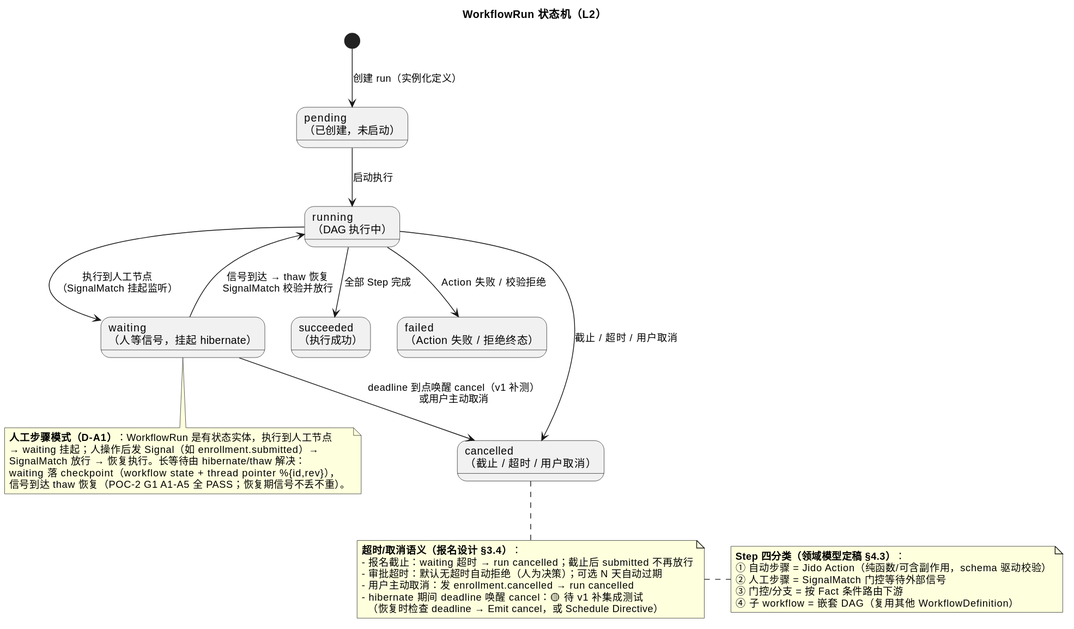
Above: docs/diagrams/workflow-run-state.svg in CodingGirlsClub/cgc_2046 (PlantUML), before the change. Source of this version:
```plantuml
@startuml
title WorkflowRun 状态机（L2）
skinparam backgroundColor white

state "pending\n（已创建，未启动）" as PENDING
state "running\n（DAG 执行中）" as RUNNING
state "waiting\n（人等信号，挂起 hibernate）" as WAITING
state "succeeded\n（执行成功）" as SUCCEEDED
state "failed\n（Action 失败 / 拒绝终态）" as FAILED
state "cancelled\n（截止 / 超时 / 用户取消）" as CANCELLED

[*] --> PENDING : 创建 run（实例化定义）
PENDING --> RUNNING : 启动执行
RUNNING --> WAITING : 执行到人工节点\n（SignalMatch 挂起监听）
WAITING --> RUNNING : 信号到达 → thaw 恢复\nSignalMatch 校验并放行
RUNNING --> SUCCEEDED : 全部 Step 完成
RUNNING --> FAILED : Action 失败 / 校验拒绝
RUNNING --> CANCELLED : 截止 / 超时 / 用户取消
WAITING --> CANCELLED : deadline 到点唤醒 cancel（v1 补测）\n或用户主动取消

note bottom of WAITING
  **人工步骤模式（D-A1）**：WorkflowRun 是有状态实体，执行到人工节点
  → waiting 挂起；人操作后发 Signal（如 enrollment.submitted）→
  SignalMatch 放行 → 恢复执行。长等待由 hibernate/thaw 解决：
  waiting 落 checkpoint（workflow state + thread pointer %{id,rev}），
  信号到达 thaw 恢复（POC-2 G1 A1-A5 全 PASS；恢复期信号不丢不重）。
end note

note bottom of CANCELLED
  **超时/取消语义（报名设计 §3.4）**：
  - 报名截止：waiting 超时 → run cancelled；截止后 submitted 不再放行
  - 审批超时：默认无超时自动拒绝（人为决策）；可选 N 天自动过期
  - 用户主动取消：发 enrollment.cancelled → run cancelled
  - hibernate 期间 deadline 唤醒 cancel：🟡 待 v1 补集成测试
    （恢复时检查 deadline → Emit cancel，或 Schedule Directive）
end note

note right
  **Step 四分类（领域模型定稿 §4.3）**：
  ① 自动步骤  = Jido Action（纯函数/可含副作用，schema 驱动校验）
  ② 人工步骤  = SignalMatch 门控等待外部信号
  ③ 门控/分支 = 按 Fact 条件路由下游
  ④ 子 workflow = 嵌套 DAG（复用其他 WorkflowDefinition）
end note
@enduml
```
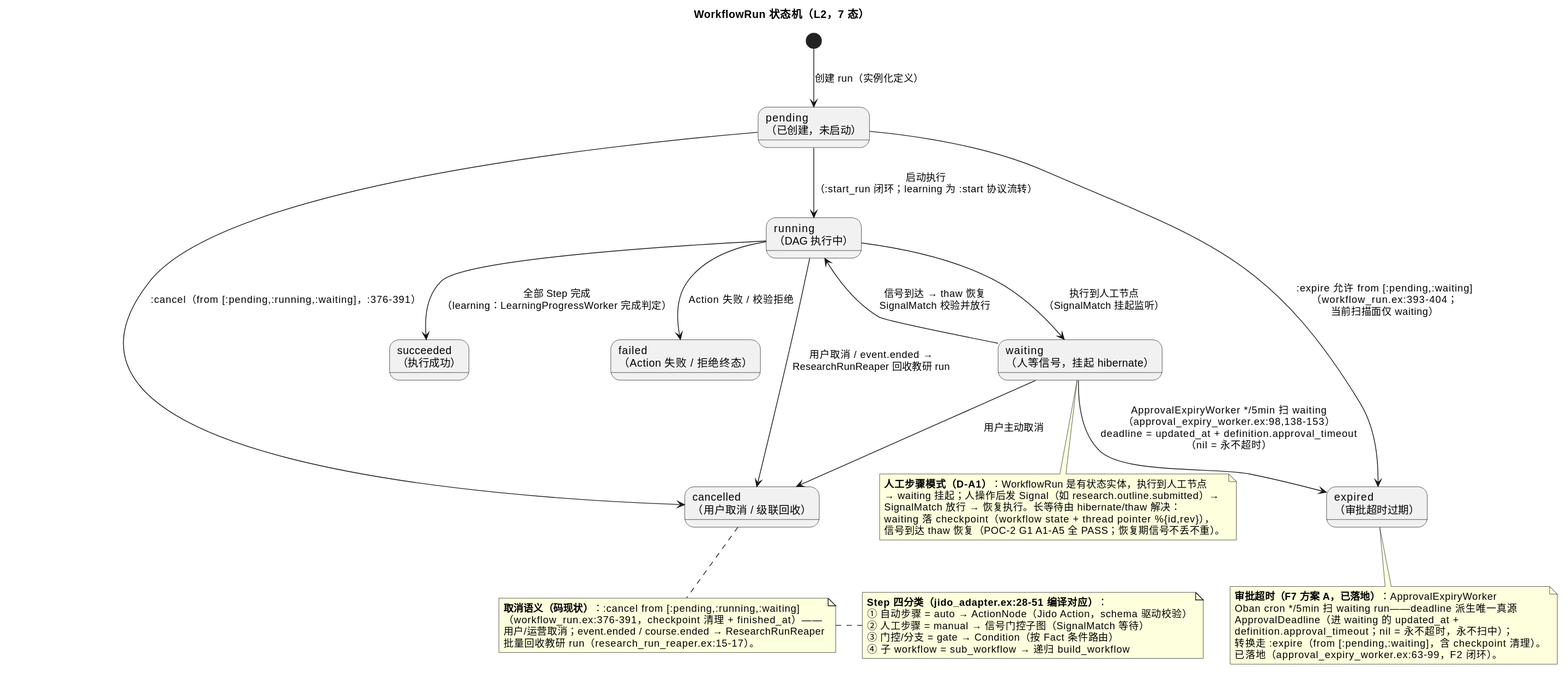
After the change.

What changed in the source:
```diff
@@ -1,5 +1,5 @@
 @startuml
-title WorkflowRun 状态机（L2）
+title WorkflowRun 状态机（L2，7 态）
 skinparam backgroundColor white
 
 state "pending\n（已创建，未启动）" as PENDING
@@ -7,39 +7,50 @@
 state "waiting\n（人等信号，挂起 hibernate）" as WAITING
 state "succeeded\n（执行成功）" as SUCCEEDED
 state "failed\n（Action 失败 / 拒绝终态）" as FAILED
-state "cancelled\n（截止 / 超时 / 用户取消）" as CANCELLED
+state "cancelled\n（用户取消 / 级联回收）" as CANCELLED
+state "expired\n（审批超时过期）" as EXPIRED
 
 [*] --> PENDING : 创建 run（实例化定义）
-PENDING --> RUNNING : 启动执行
+PENDING --> RUNNING : 启动执行\n（:start_run 闭环；learning 为 :start 协议流转）
 RUNNING --> WAITING : 执行到人工节点\n（SignalMatch 挂起监听）
 WAITING --> RUNNING : 信号到达 → thaw 恢复\nSignalMatch 校验并放行
-RUNNING --> SUCCEEDED : 全部 Step 完成
+RUNNING --> SUCCEEDED : 全部 Step 完成\n（learning：LearningProgressWorker 完成判定）
 RUNNING --> FAILED : Action 失败 / 校验拒绝
-RUNNING --> CANCELLED : 截止 / 超时 / 用户取消
-WAITING --> CANCELLED : deadline 到点唤醒 cancel（v1 补测）\n或用户主动取消
+PENDING --> CANCELLED : :cancel（from [:pending,:running,:waiting]，:376-391）
+RUNNING --> CANCELLED : 用户取消 / event.ended →\nResearchRunReaper 回收教研 run
+WAITING --> CANCELLED : 用户主动取消
+WAITING --> EXPIRED : ApprovalExpiryWorker */5min 扫 waiting\n（approval_expiry_worker.ex:98,138-153）\ndeadline = updated_at + definition.approval_timeout\n（nil = 永不超时）
+PENDING --> EXPIRED : :expire 允许 from [:pending,:waiting]\n（workflow_run.ex:393-404；\n当前扫描面仅 waiting）
 
 note bottom of WAITING
   **人工步骤模式（D-A1）**：WorkflowRun 是有状态实体，执行到人工节点
-  → waiting 挂起；人操作后发 Signal（如 enrollment.submitted）→
+  → waiting 挂起；人操作后发 Signal（如 research.outline.submitted）→
   SignalMatch 放行 → 恢复执行。长等待由 hibernate/thaw 解决：
   waiting 落 checkpoint（workflow state + thread pointer %{id,rev}），
   信号到达 thaw 恢复（POC-2 G1 A1-A5 全 PASS；恢复期信号不丢不重）。
 end note
 
+note bottom of EXPIRED
+  **审批超时（F7 方案 A，已落地）**：ApprovalExpiryWorker
+  Oban cron */5min 扫 waiting run——deadline 派生唯一真源
+  ApprovalDeadline（进 waiting 的 updated_at +
+  definition.approval_timeout；nil = 永不超时，永不扫中）；
+  转换走 :expire（from [:pending,:waiting]，含 checkpoint 清理）。
+  已落地（approval_expiry_worker.ex:63-99，F2 闭环）。
+end note
+
 note bottom of CANCELLED
-  **超时/取消语义（报名设计 §3.4）**：
-  - 报名截止：waiting 超时 → run cancelled；截止后 submitted 不再放行
-  - 审批超时：默认无超时自动拒绝（人为决策）；可选 N 天自动过期
-  - 用户主动取消：发 enrollment.cancelled → run cancelled
-  - hibernate 期间 deadline 唤醒 cancel：🟡 待 v1 补集成测试
-    （恢复时检查 deadline → Emit cancel，或 Schedule Directive）
+  **取消语义（码现状）**：:cancel from [:pending,:running,:waiting]
+  （workflow_run.ex:376-391，checkpoint 清理 + finished_at）——
+  用户/运营取消；event.ended / course.ended → ResearchRunReaper
+  批量回收教研 run（research_run_reaper.ex:15-17）。
 end note
 
 note right
-  **Step 四分类（领域模型定稿 §4.3）**：
-  ① 自动步骤  = Jido Action（纯函数/可含副作用，schema 驱动校验）
-  ② 人工步骤  = SignalMatch 门控等待外部信号
-  ③ 门控/分支 = 按 Fact 条件路由下游
-  ④ 子 workflow = 嵌套 DAG（复用其他 WorkflowDefinition）
+  **Step 四分类（jido_adapter.ex:28-51 编译对应）**：
+  ① 自动步骤  = auto → ActionNode（Jido Action，schema 驱动校验）
+  ② 人工步骤  = manual → 信号门控子图（SignalMatch 等待）
+  ③ 门控/分支 = gate → Condition（按 Fact 条件路由）
+  ④ 子 workflow = sub_workflow → 递归 build_workflow
 end note
 @enduml
```
